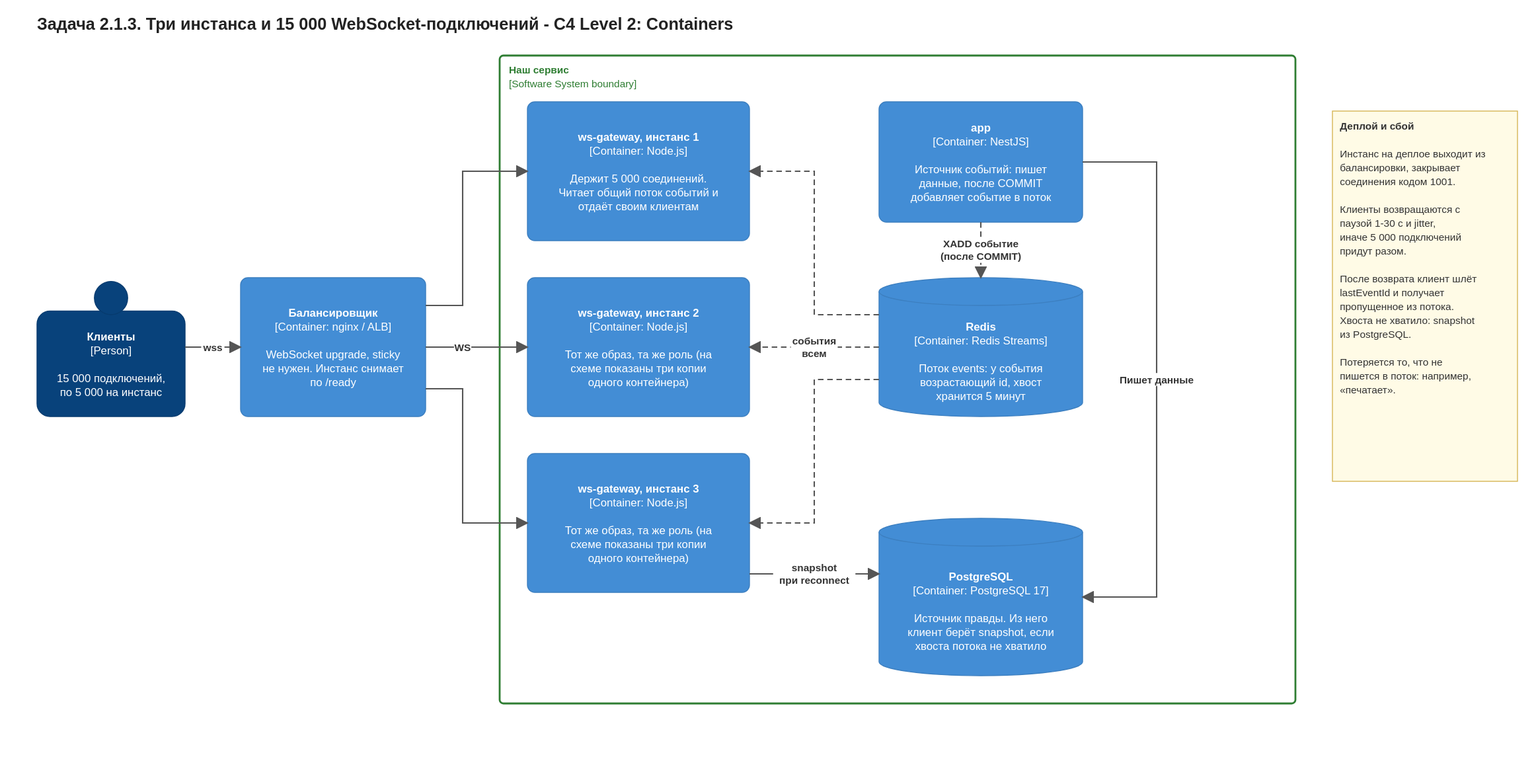
This is docs/highload/websocket-fanout.drawio.svg from Elaman19/system-design, a draw.io export, as it was before one commit. Source tidied: cells renumbered, new cells last; positions are measured from the earlier drawing's top-left corner, leaving out a move shared by most shapes.
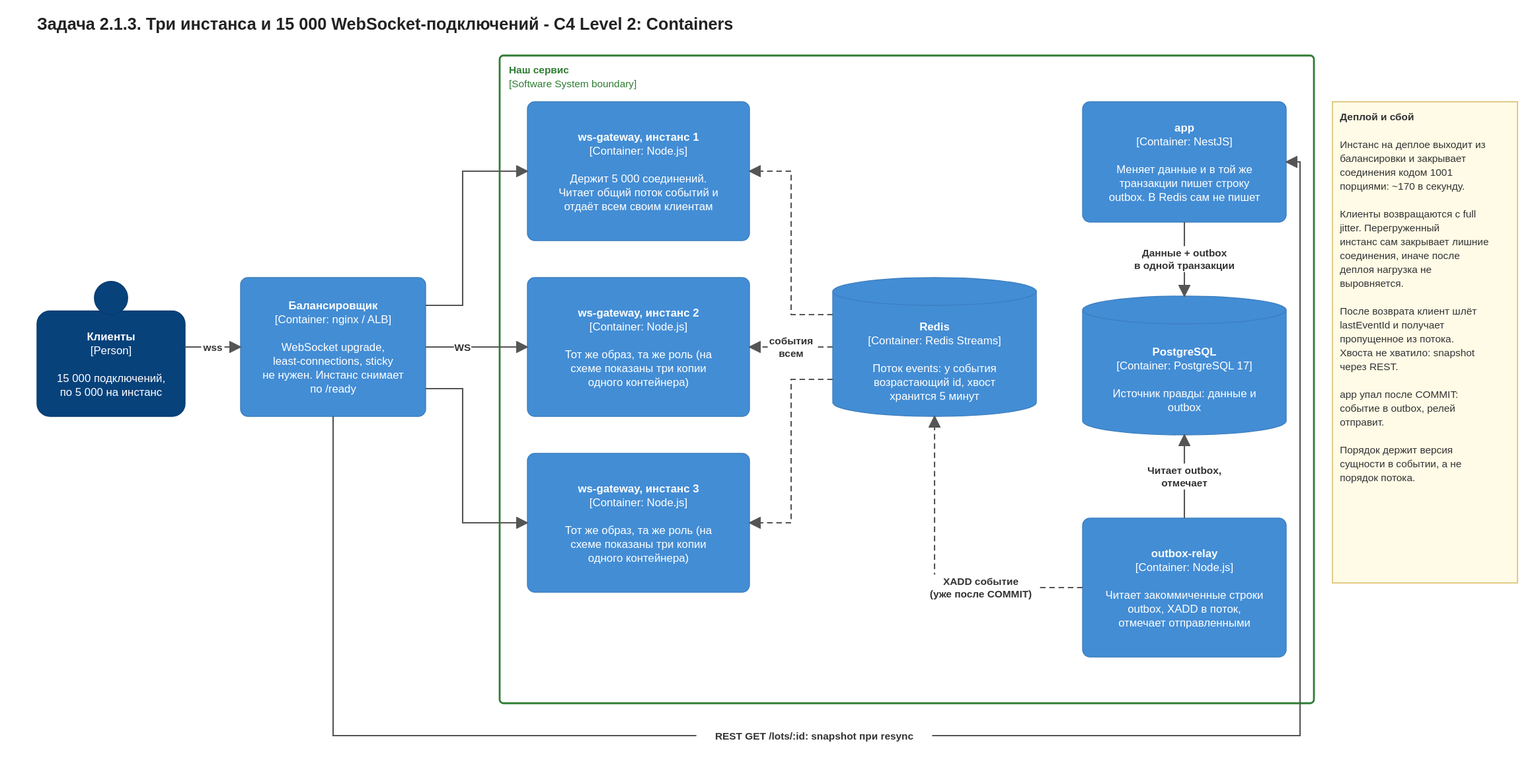
The same diagram one commit later.

The edit, as a diff of the source:
```diff
@@ -3,7 +3,7 @@
     <mxCell id="0" />
     <mxCell id="1" value="2.1.3 WebSocket" parent="0" />
     <mxCell id="2" value="&lt;b&gt;Наш сервис&lt;/b&gt;&lt;br&gt;[Software System boundary]" style="fontFamily=Helvetica;html=1;whiteSpace=wrap;fontSize=12;rounded=1;arcSize=2;fillColor=none;strokeWidth=2;fontSize=11;align=left;spacing=10;strokeColor=#2e7d32;fontColor=#2e7d32;verticalAlign=top;" parent="1" vertex="1">
-      <mxGeometry x="500" y="46" width="860" height="700" as="geometry" />
+      <mxGeometry x="500" y="46" width="880" height="700" as="geometry" />
     </mxCell>
     <mxCell id="3" value="&lt;b&gt;Задача 2.1.3. Три инстанса и 15 000 WebSocket-подключений - C4 Level 2: Containers&lt;/b&gt;" style="fontFamily=Helvetica;html=1;whiteSpace=wrap;text;fontSize=18;align=left;verticalAlign=top;fontColor=#222222;" parent="1" vertex="1">
       <mxGeometry width="1580" height="30" as="geometry" />
@@ -11,10 +11,10 @@
     <mxCell id="4" value="&lt;b&gt;Клиенты&lt;/b&gt;&lt;br&gt;[Person]&lt;br&gt;&lt;br&gt;15 000 подключений, по 5 000 на инстанс" style="fontFamily=Helvetica;html=1;whiteSpace=wrap;fontSize=12;shape=mxgraph.c4.person2;fillColor=#08427b;strokeColor=#073b6f;fontColor=#ffffff;align=center;verticalAlign=middle;" parent="1" vertex="1">
       <mxGeometry y="286" width="160" height="150" as="geometry" />
     </mxCell>
-    <mxCell id="5" value="&lt;b&gt;Балансировщик&lt;/b&gt;&lt;br&gt;[Container: nginx / ALB]&lt;br&gt;&lt;br&gt;WebSocket upgrade, sticky не нужен. Инстанс снимает по /ready" style="fontFamily=Helvetica;html=1;whiteSpace=wrap;fontSize=12;rounded=1;arcSize=8;fillColor=#438dd5;strokeColor=#3c7fc0;fontColor=#ffffff;" parent="1" vertex="1">
+    <mxCell id="5" value="&lt;b&gt;Балансировщик&lt;/b&gt;&lt;br&gt;[Container: nginx / ALB]&lt;br&gt;&lt;br&gt;WebSocket upgrade, least-connections, sticky не нужен. Инстанс снимает по /ready" style="fontFamily=Helvetica;html=1;whiteSpace=wrap;fontSize=12;rounded=1;arcSize=8;fillColor=#438dd5;strokeColor=#3c7fc0;fontColor=#ffffff;" parent="1" vertex="1">
       <mxGeometry x="220" y="286" width="200" height="150" as="geometry" />
     </mxCell>
-    <mxCell id="6" value="&lt;b&gt;ws-gateway, инстанс 1&lt;/b&gt;&lt;br&gt;[Container: Node.js]&lt;br&gt;&lt;br&gt;Держит 5 000 соединений. Читает общий поток событий и отдаёт своим клиентам" style="fontFamily=Helvetica;html=1;whiteSpace=wrap;fontSize=12;rounded=1;arcSize=8;fillColor=#438dd5;strokeColor=#3c7fc0;fontColor=#ffffff;" parent="1" vertex="1">
+    <mxCell id="6" value="&lt;b&gt;ws-gateway, инстанс 1&lt;/b&gt;&lt;br&gt;[Container: Node.js]&lt;br&gt;&lt;br&gt;Держит 5 000 соединений. Читает общий поток событий и отдаёт всем своим клиентам" style="fontFamily=Helvetica;html=1;whiteSpace=wrap;fontSize=12;rounded=1;arcSize=8;fillColor=#438dd5;strokeColor=#3c7fc0;fontColor=#ffffff;" parent="1" vertex="1">
       <mxGeometry x="530" y="96" width="240" height="150" as="geometry" />
     </mxCell>
     <mxCell id="7" value="&lt;b&gt;ws-gateway, инстанс 2&lt;/b&gt;&lt;br&gt;[Container: Node.js]&lt;br&gt;&lt;br&gt;Тот же образ, та же роль (на схеме показаны три копии одного контейнера)" style="fontFamily=Helvetica;html=1;whiteSpace=wrap;fontSize=12;rounded=1;arcSize=8;fillColor=#438dd5;strokeColor=#3c7fc0;fontColor=#ffffff;" parent="1" vertex="1">
@@ -23,17 +23,20 @@
     <mxCell id="8" value="&lt;b&gt;ws-gateway, инстанс 3&lt;/b&gt;&lt;br&gt;[Container: Node.js]&lt;br&gt;&lt;br&gt;Тот же образ, та же роль (на схеме показаны три копии одного контейнера)" style="fontFamily=Helvetica;html=1;whiteSpace=wrap;fontSize=12;rounded=1;arcSize=8;fillColor=#438dd5;strokeColor=#3c7fc0;fontColor=#ffffff;" parent="1" vertex="1">
       <mxGeometry x="530" y="476" width="240" height="150" as="geometry" />
     </mxCell>
+    <mxCell id="10" value="&lt;b&gt;Redis&lt;/b&gt;&lt;br&gt;[Container: Redis Streams]&lt;br&gt;&lt;br&gt;Поток events: у события возрастающий id, хвост хранится 5 минут" style="fontFamily=Helvetica;html=1;whiteSpace=wrap;fontSize=12;shape=cylinder3;boundedLbl=1;backgroundOutline=1;size=15;fillColor=#438dd5;strokeColor=#3c7fc0;fontColor=#ffffff;" parent="1" vertex="1">
+      <mxGeometry x="860" y="286" width="220" height="150" as="geometry" />
+    </mxCell>
-    <mxCell id="9" value="&lt;b&gt;app&lt;/b&gt;&lt;br&gt;[Container: NestJS]&lt;br&gt;&lt;br&gt;Источник событий: пишет данные, после COMMIT добавляет событие в поток" style="fontFamily=Helvetica;html=1;whiteSpace=wrap;fontSize=12;rounded=1;arcSize=8;fillColor=#438dd5;strokeColor=#3c7fc0;fontColor=#ffffff;" parent="1" vertex="1">
-      <mxGeometry x="910" y="96" width="220" height="130" as="geometry" />
+    <mxCell id="9" value="&lt;b&gt;app&lt;/b&gt;&lt;br&gt;[Container: NestJS]&lt;br&gt;&lt;br&gt;Меняет данные и в той же транзакции пишет строку outbox. В Redis сам не пишет" style="fontFamily=Helvetica;html=1;whiteSpace=wrap;fontSize=12;rounded=1;arcSize=8;fillColor=#438dd5;strokeColor=#3c7fc0;fontColor=#ffffff;" parent="1" vertex="1">
+      <mxGeometry x="1130" y="96" width="220" height="130" as="geometry" />
     </mxCell>
-    <mxCell id="10" value="&lt;b&gt;Redis&lt;/b&gt;&lt;br&gt;[Container: Redis Streams]&lt;br&gt;&lt;br&gt;Поток events: у события возрастающий id, хвост хранится 5 минут" style="fontFamily=Helvetica;html=1;whiteSpace=wrap;fontSize=12;shape=cylinder3;boundedLbl=1;backgroundOutline=1;size=15;fillColor=#438dd5;strokeColor=#3c7fc0;fontColor=#ffffff;" parent="1" vertex="1">
-      <mxGeometry x="910" y="286" width="220" height="150" as="geometry" />
-    </mxCell>
-    <mxCell id="11" value="&lt;b&gt;PostgreSQL&lt;/b&gt;&lt;br&gt;[Container: PostgreSQL 17]&lt;br&gt;&lt;br&gt;Источник правды. Из него клиент берёт snapshot, если хвоста потока не хватило" style="fontFamily=Helvetica;html=1;whiteSpace=wrap;fontSize=12;shape=cylinder3;boundedLbl=1;backgroundOutline=1;size=15;fillColor=#438dd5;strokeColor=#3c7fc0;fontColor=#ffffff;" parent="1" vertex="1">
-      <mxGeometry x="910" y="546" width="220" height="170" as="geometry" />
+    <mxCell id="11" value="&lt;b&gt;PostgreSQL&lt;/b&gt;&lt;br&gt;[Container: PostgreSQL 17]&lt;br&gt;&lt;br&gt;Источник правды: данные и outbox" style="fontFamily=Helvetica;html=1;whiteSpace=wrap;fontSize=12;shape=cylinder3;boundedLbl=1;backgroundOutline=1;size=15;fillColor=#438dd5;strokeColor=#3c7fc0;fontColor=#ffffff;" parent="1" vertex="1">
+      <mxGeometry x="1130" y="306" width="220" height="150" as="geometry" />
     </mxCell>
+    <mxCell id="23" value="&lt;b&gt;outbox-relay&lt;/b&gt;&lt;br&gt;[Container: Node.js]&lt;br&gt;&lt;br&gt;Читает закоммиченные строки outbox, XADD в поток, отмечает отправленными" style="fontFamily=Helvetica;html=1;whiteSpace=wrap;fontSize=12;rounded=1;arcSize=8;fillColor=#438dd5;strokeColor=#3c7fc0;fontColor=#ffffff;" parent="1" vertex="1">
+      <mxGeometry x="1130" y="546" width="220" height="150" as="geometry" />
+    </mxCell>
-    <mxCell id="12" value="&lt;b&gt;Деплой и сбой&lt;/b&gt;&lt;br&gt;&lt;br&gt;Инстанс на деплое выходит из балансировки, закрывает соединения кодом 1001.&lt;br&gt;&lt;br&gt;Клиенты возвращаются с паузой 1-30 с и jitter, иначе 5 000 подключений придут разом.&lt;br&gt;&lt;br&gt;После возврата клиент шлёт lastEventId и получает пропущенное из потока. Хвоста не хватило: snapshot из PostgreSQL.&lt;br&gt;&lt;br&gt;Потеряется то, что не пишется в поток: например, «печатает»." style="fontFamily=Helvetica;html=1;whiteSpace=wrap;fontSize=12;rounded=0;fillColor=#fffbe6;strokeColor=#d6b656;fontColor=#333333;align=left;verticalAlign=top;spacing=8;fontSize=11;" parent="1" vertex="1">
-      <mxGeometry x="1400" y="106" width="200" height="400" as="geometry" />
+    <mxCell id="12" value="&lt;b&gt;Деплой и сбой&lt;/b&gt;&lt;br&gt;&lt;br&gt;Инстанс на деплое выходит из балансировки и закрывает соединения кодом 1001 порциями: ~170 в секунду.&lt;br&gt;&lt;br&gt;Клиенты возвращаются с full jitter. Перегруженный инстанс сам закрывает лишние соединения, иначе после деплоя нагрузка не выровняется.&lt;br&gt;&lt;br&gt;После возврата клиент шлёт lastEventId и получает пропущенное из потока. Хвоста не хватило: snapshot через REST.&lt;br&gt;&lt;br&gt;app упал после COMMIT: событие в outbox, релей отправит.&lt;br&gt;&lt;br&gt;Порядок держит версия сущности в событии, а не порядок потока." style="fontFamily=Helvetica;html=1;whiteSpace=wrap;fontSize=12;rounded=0;fillColor=#fffbe6;strokeColor=#d6b656;fontColor=#333333;align=left;verticalAlign=top;spacing=8;fontSize=11;" parent="1" vertex="1">
+      <mxGeometry x="1400" y="96" width="200" height="520" as="geometry" />
     </mxCell>
     <mxCell id="13" value="&lt;b&gt;wss&lt;/b&gt;" style="fontFamily=Helvetica;html=1;whiteSpace=wrap;fontSize=11;rounded=0;endArrow=blockThin;endFill=1;strokeColor=#555555;strokeWidth=1.5;fontColor=#333333;labelBackgroundColor=#ffffff;exitX=1.0;exitY=0.342;entryX=0.0;entryY=0.5;" parent="1" edge="1" source="4" target="5">
       <mxGeometry relative="1" as="geometry" />
@@ -57,38 +60,46 @@
         </Array>
       </mxGeometry>
     </mxCell>
-    <mxCell id="17" value="&lt;b&gt;XADD событие&lt;br&gt;(после COMMIT)&lt;/b&gt;" style="fontFamily=Helvetica;html=1;whiteSpace=wrap;fontSize=11;rounded=0;endArrow=blockThin;endFill=1;strokeColor=#555555;strokeWidth=1.5;fontColor=#333333;labelBackgroundColor=#ffffff;exitX=0.5;exitY=1.0;entryX=0.5;entryY=0.0;dashed=1;dashPattern=6 4;" parent="1" edge="1" source="9" target="10">
+    <mxCell id="17" value="&lt;b&gt;Данные + outbox&lt;br&gt;в одной транзакции&lt;/b&gt;" style="fontFamily=Helvetica;html=1;whiteSpace=wrap;fontSize=11;rounded=0;endArrow=blockThin;endFill=1;strokeColor=#555555;strokeWidth=1.5;fontColor=#333333;labelBackgroundColor=#ffffff;exitX=0.5;exitY=1.0;entryX=0.5;entryY=0.0;" parent="1" edge="1" source="9" target="11">
       <mxGeometry relative="1" as="geometry" />
     </mxCell>
-    <mxCell id="18" style="fontFamily=Helvetica;html=1;whiteSpace=wrap;fontSize=11;rounded=0;endArrow=blockThin;endFill=1;strokeColor=#555555;strokeWidth=1.5;fontColor=#333333;labelBackgroundColor=#ffffff;exitX=0.0;exitY=0.267;entryX=1.0;entryY=0.5;dashed=1;dashPattern=6 4;" parent="1" edge="1" source="10" target="6">
-      <mxGeometry relative="1" as="geometry">
-        <Array as="points">
-          <mxPoint x="840" y="326" />
-          <mxPoint x="840" y="171" />
-        </Array>
-      </mxGeometry>
+    <mxCell id="18" value="&lt;b&gt;Читает outbox,&lt;br&gt;отмечает&lt;/b&gt;" style="fontFamily=Helvetica;html=1;whiteSpace=wrap;fontSize=11;rounded=0;endArrow=blockThin;endFill=1;strokeColor=#555555;strokeWidth=1.5;fontColor=#333333;labelBackgroundColor=#ffffff;exitX=0.5;exitY=0.0;entryX=0.5;entryY=1.0;" parent="1" edge="1" source="23" target="11">
+      <mxGeometry relative="1" as="geometry" />
     </mxCell>
-    <mxCell id="19" value="&lt;b&gt;события&lt;br&gt;всем&lt;/b&gt;" style="fontFamily=Helvetica;html=1;whiteSpace=wrap;fontSize=11;rounded=0;endArrow=blockThin;endFill=1;strokeColor=#555555;strokeWidth=1.5;fontColor=#333333;labelBackgroundColor=#ffffff;exitX=0.0;exitY=0.5;entryX=1.0;entryY=0.5;dashed=1;dashPattern=6 4;" parent="1" edge="1" source="10" target="7">
-      <mxGeometry relative="1" as="geometry" />
+    <mxCell id="19" value="&lt;b&gt;XADD событие&lt;br&gt;(уже после COMMIT)&lt;/b&gt;" style="fontFamily=Helvetica;html=1;whiteSpace=wrap;fontSize=11;rounded=0;endArrow=blockThin;endFill=1;strokeColor=#555555;strokeWidth=1.5;fontColor=#333333;labelBackgroundColor=#ffffff;exitX=0.0;exitY=0.5;entryX=0.5;entryY=1.0;dashed=1;dashPattern=6 4;" parent="1" edge="1" source="23" target="10">
+      <mxGeometry x="-0.36" relative="1" as="geometry">
+        <Array as="points">
+          <mxPoint x="970" y="621" />
+        </Array>
+      </mxGeometry>
     </mxCell>
-    <mxCell id="20" style="fontFamily=Helvetica;html=1;whiteSpace=wrap;fontSize=11;rounded=0;endArrow=blockThin;endFill=1;strokeColor=#555555;strokeWidth=1.5;fontColor=#333333;labelBackgroundColor=#ffffff;exitX=0.0;exitY=0.733;entryX=1.0;entryY=0.5;dashed=1;dashPattern=6 4;" parent="1" edge="1" source="10" target="8">
+    <mxCell id="20" style="fontFamily=Helvetica;html=1;whiteSpace=wrap;fontSize=11;rounded=0;endArrow=blockThin;endFill=1;strokeColor=#555555;strokeWidth=1.5;fontColor=#333333;labelBackgroundColor=#ffffff;exitX=0.0;exitY=0.267;entryX=1.0;entryY=0.5;dashed=1;dashPattern=6 4;" parent="1" edge="1" source="10" target="6">
       <mxGeometry relative="1" as="geometry">
         <Array as="points">
-          <mxPoint x="840" y="396" />
-          <mxPoint x="840" y="551" />
+          <mxPoint x="815" y="326" />
+          <mxPoint x="815" y="171" />
         </Array>
       </mxGeometry>
     </mxCell>
-    <mxCell id="21" value="&lt;b&gt;snapshot&lt;br&gt;при reconnect&lt;/b&gt;" style="fontFamily=Helvetica;html=1;whiteSpace=wrap;fontSize=11;rounded=0;endArrow=blockThin;endFill=1;strokeColor=#555555;strokeWidth=1.5;fontColor=#333333;labelBackgroundColor=#ffffff;exitX=1.0;exitY=0.867;entryX=0.0;entryY=0.353;" parent="1" edge="1" source="8" target="11">
+    <mxCell id="21" value="&lt;b&gt;события&lt;br&gt;всем&lt;/b&gt;" style="fontFamily=Helvetica;html=1;whiteSpace=wrap;fontSize=11;rounded=0;endArrow=blockThin;endFill=1;strokeColor=#555555;strokeWidth=1.5;fontColor=#333333;labelBackgroundColor=#ffffff;exitX=0.0;exitY=0.5;entryX=1.0;entryY=0.5;dashed=1;dashPattern=6 4;" parent="1" edge="1" source="10" target="7">
       <mxGeometry relative="1" as="geometry" />
     </mxCell>
-    <mxCell id="22" value="&lt;b&gt;Пишет данные&lt;/b&gt;" style="fontFamily=Helvetica;html=1;whiteSpace=wrap;fontSize=11;rounded=0;endArrow=blockThin;endFill=1;strokeColor=#555555;strokeWidth=1.5;fontColor=#333333;labelBackgroundColor=#ffffff;exitX=1.0;exitY=0.5;entryX=1.0;entryY=0.5;" parent="1" edge="1" source="9" target="11">
+    <mxCell id="22" style="fontFamily=Helvetica;html=1;whiteSpace=wrap;fontSize=11;rounded=0;endArrow=blockThin;endFill=1;strokeColor=#555555;strokeWidth=1.5;fontColor=#333333;labelBackgroundColor=#ffffff;exitX=0.0;exitY=0.733;entryX=1.0;entryY=0.5;dashed=1;dashPattern=6 4;" parent="1" edge="1" source="10" target="8">
       <mxGeometry relative="1" as="geometry">
         <Array as="points">
-          <mxPoint x="1210" y="161" />
-          <mxPoint x="1210" y="631" />
+          <mxPoint x="815" y="396" />
+          <mxPoint x="815" y="551" />
         </Array>
       </mxGeometry>
     </mxCell>
+    <mxCell id="24" value="&lt;b&gt;REST GET /lots/:id: snapshot при resync&lt;/b&gt;" style="fontFamily=Helvetica;html=1;whiteSpace=wrap;fontSize=11;rounded=0;endArrow=blockThin;endFill=1;strokeColor=#555555;strokeWidth=1.5;fontColor=#333333;labelBackgroundColor=#ffffff;exitX=0.5;exitY=1.0;entryX=1.0;entryY=0.5;" parent="1" edge="1" source="5" target="9">
+      <mxGeometry x="-0.15" relative="1" as="geometry">
+        <Array as="points">
+          <mxPoint x="320" y="781" />
+          <mxPoint x="1365" y="781" />
+          <mxPoint x="1365" y="161" />
+        </Array>
+      </mxGeometry>
+    </mxCell>
   </root>
 </mxGraphModel>
```
